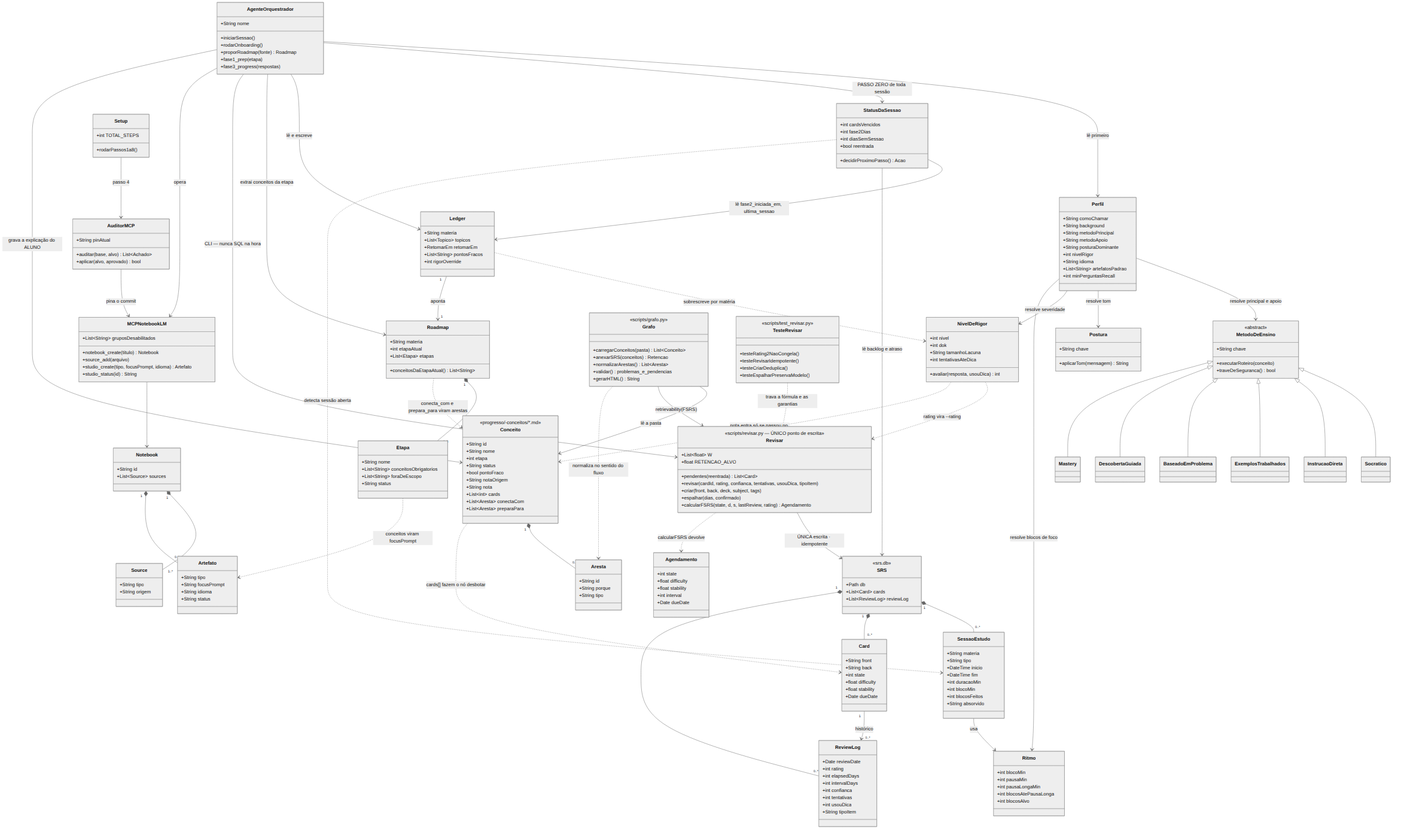
Before: docs/diagramas/01-classes.png, a diagram exported from Mermaid (Oliveir4Matheus/aprendizagem-inteligente). Its source is kept beside it as docs/diagramas/01-classes.mmd.
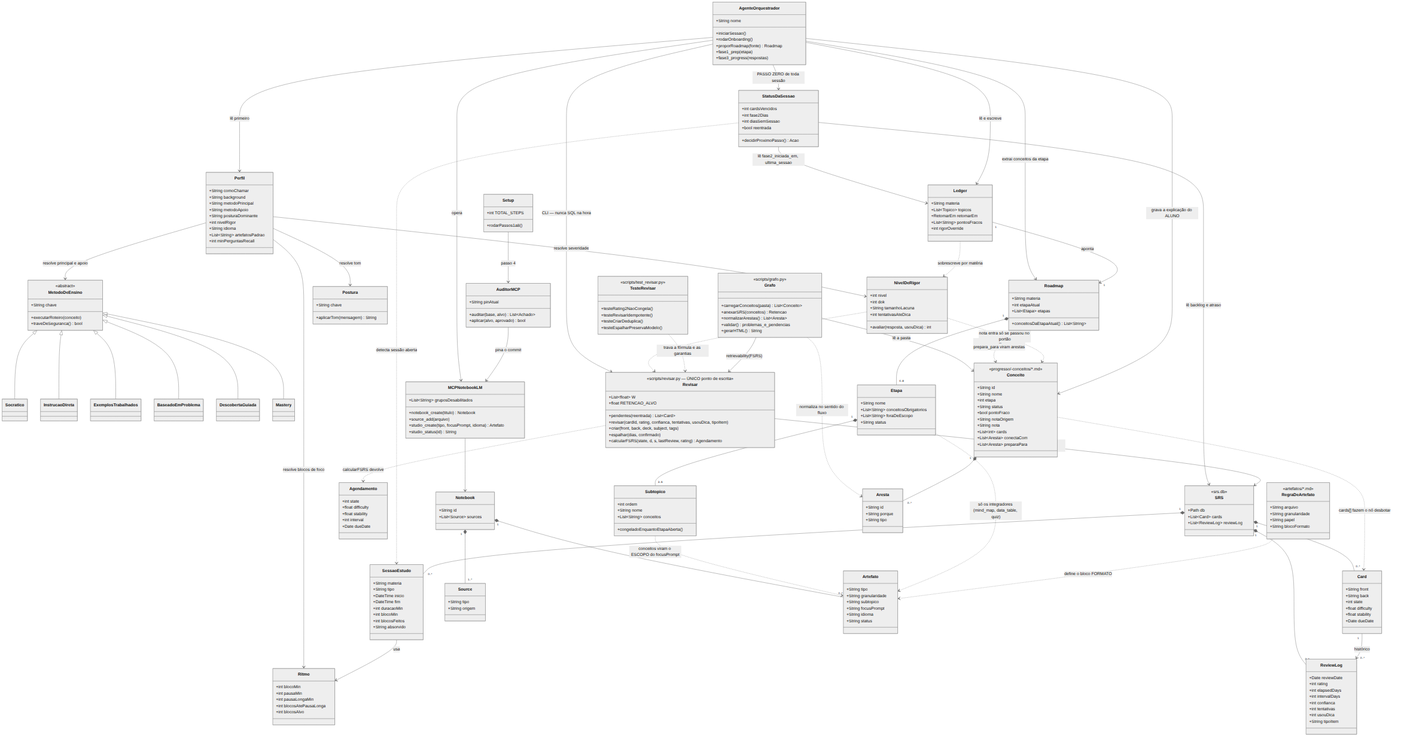
The same diagram one commit later.

The edit, as a diff of the source:
```diff
@@ -156,11 +156,26 @@
         +String tipo
         +String origem
     }
+    class Subtopico {
+        +int ordem
+        +String nome
+        +List~String~ conceitos
+        +congeladoEnquantoEtapaAberta()
+    }
     class Artefato {
         +String tipo
+        +String granularidade
+        +String subtopico
         +String focusPrompt
         +String idioma
         +String status
+    }
+    class RegraDeArtefato {
+        <<artefatos/*.md>>
+        +String arquivo
+        +String granularidade
+        +String papel
+        +String blocoFormato
     }
 
     class Conceito {
@@ -248,7 +263,10 @@
     MCPNotebookLM --> Notebook
     Notebook "1" *-- "1..*" Source
     Notebook "1" *-- "0..*" Artefato
-    Etapa ..> Artefato : conceitos viram focusPrompt
+    Etapa "1" *-- "3..6" Subtopico
+    Subtopico ..> Artefato : conceitos viram o ESCOPO do focusPrompt
+    Etapa ..> Artefato : só os integradores (mind_map, data_table, quiz)
+    RegraDeArtefato ..> Artefato : define o bloco FORMATO
 
     Grafo --> Conceito : lê a pasta
     Grafo --> Revisar : retrievability(FSRS)
```
